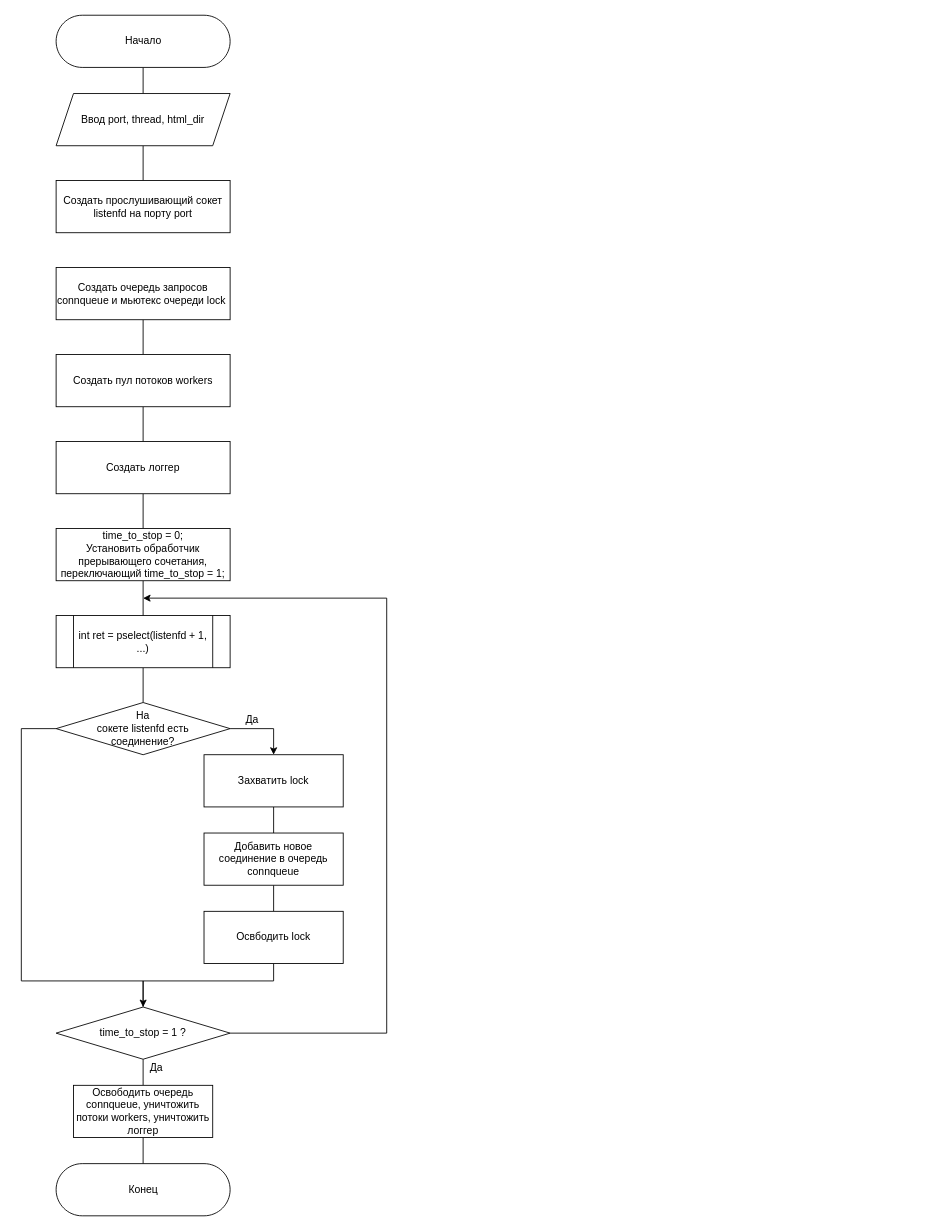
This is docs/diagrams/main.drawio from kalashkovpaul/bmstu-cn-cw, a draw.io file, before an edit. Source tidied: cells renumbered, new cells numbered last; positions are measured from the earlier drawing's top-left corner, leaving out a move shared by most shapes. Both pictures are drawn from the tidied source at 87%, with x=0, y=0 at pixel (21, 15).
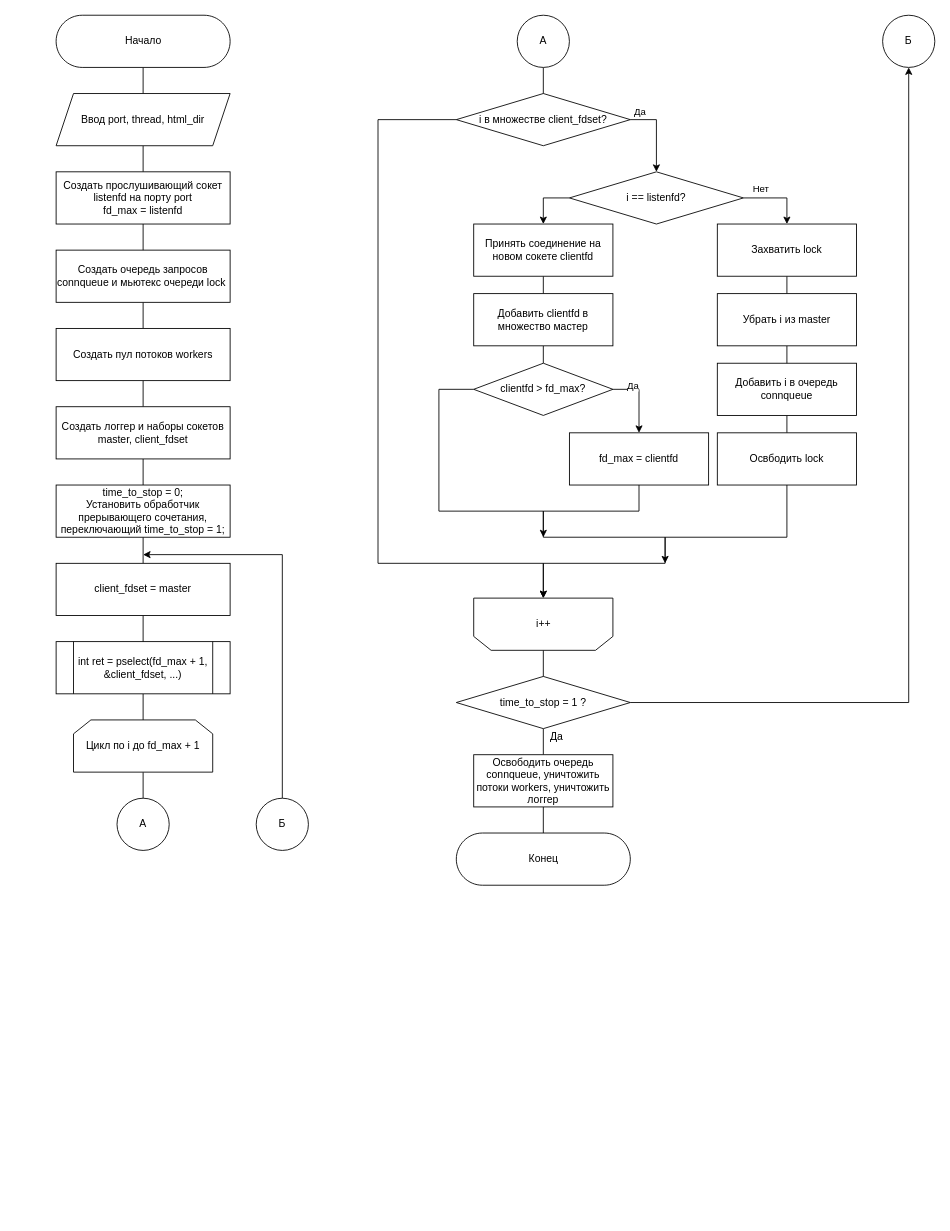
After the change.

Change to the diagram source:
```diff
@@
     <mxCell id="5" value="Создать очередь запросов connqueue и мьютекс очереди lock&amp;nbsp;" style="rounded=0;whiteSpace=wrap;html=1;rotation=0;" parent="1" vertex="1">
-      <mxGeometry x="40" y="290" width="200" height="60" as="geometry" />
+      <mxGeometry x="40" y="270" width="200" height="60" as="geometry" />
     </mxCell>
@@
     <mxCell id="9" value="Создать пул потоков workers" style="rounded=0;whiteSpace=wrap;html=1;rotation=0;" parent="1" vertex="1">
-      <mxGeometry x="40" y="390" width="200" height="60" as="geometry" />
+      <mxGeometry x="40" y="360" width="200" height="60" as="geometry" />
     </mxCell>
-    <mxCell id="10" style="edgeStyle=none;rounded=0;html=1;exitX=0.5;exitY=1;exitDx=0;exitDy=0;entryX=0.5;entryY=0;entryDx=0;entryDy=0;endArrow=none;endFill=0;" parent="1" edge="1" source="11" target="19">
-      <mxGeometry relative="1" as="geometry" />
-    </mxCell>
+    <mxCell id="34" style="edgeStyle=none;html=1;exitX=0.5;exitY=1;exitDx=0;exitDy=0;entryX=0.5;entryY=0;entryDx=0;entryDy=0;endArrow=none;endFill=0;" parent="1" edge="1" source="11" target="52">
+      <mxGeometry relative="1" as="geometry" />
+    </mxCell>
-    <mxCell id="11" value="&lt;span&gt;int ret = pselect(listenfd + 1, ...)&lt;/span&gt;" style="shape=process;whiteSpace=wrap;html=1;backgroundOutline=1;" parent="1" vertex="1">
-      <mxGeometry x="40" y="690" width="200" height="60" as="geometry" />
+    <mxCell id="11" value="&lt;span&gt;int ret = pselect(fd_max + 1, &amp;amp;client_fdset, ...)&lt;/span&gt;" style="shape=process;whiteSpace=wrap;html=1;backgroundOutline=1;" parent="1" vertex="1">
+      <mxGeometry x="40" y="720" width="200" height="60" as="geometry" />
     </mxCell>
@@
-    <mxCell id="13" value="Создать логгер" style="rounded=0;whiteSpace=wrap;html=1;rotation=0;" parent="1" vertex="1">
-      <mxGeometry x="40" y="490" width="200" height="60" as="geometry" />
+    <mxCell id="13" value="Создать логгер и наборы сокетов master, client_fdset" style="rounded=0;whiteSpace=wrap;html=1;rotation=0;" parent="1" vertex="1">
+      <mxGeometry x="40" y="450" width="200" height="60" as="geometry" />
     </mxCell>
+    <mxCell id="35" style="edgeStyle=none;html=1;endArrow=none;endFill=0;" parent="1" edge="1" source="14" target="5">
+      <mxGeometry relative="1" as="geometry" />
+    </mxCell>
-    <mxCell id="14" value="Создать прослушивающий сокет listenfd на порту port" style="rounded=0;whiteSpace=wrap;html=1;rotation=0;" parent="1" vertex="1">
-      <mxGeometry x="40" y="190" width="200" height="60" as="geometry" />
+    <mxCell id="14" value="Создать прослушивающий сокет listenfd на порту port&lt;br&gt;fd_max = listenfd" style="rounded=0;whiteSpace=wrap;html=1;rotation=0;" parent="1" vertex="1">
+      <mxGeometry x="40" y="180" width="200" height="60" as="geometry" />
     </mxCell>
-    <mxCell id="15" style="edgeStyle=none;rounded=0;html=1;exitX=0.5;exitY=1;exitDx=0;exitDy=0;entryX=0.5;entryY=0;entryDx=0;entryDy=0;endArrow=none;endFill=0;" parent="1" edge="1" source="16" target="11">
-      <mxGeometry relative="1" as="geometry" />
-    </mxCell>
+    <mxCell id="36" style="edgeStyle=none;html=1;exitX=0.5;exitY=1;exitDx=0;exitDy=0;entryX=0.5;entryY=0;entryDx=0;entryDy=0;endArrow=none;endFill=0;" parent="1" edge="1" source="16" target="54">
+      <mxGeometry relative="1" as="geometry" />
+    </mxCell>
     <mxCell id="16" value="time_to_stop = 0;&lt;br&gt;Установить обработчик прерывающего сочетания, переключающий time_to_stop = 1;" style="rounded=0;whiteSpace=wrap;html=1;rotation=0;" parent="1" vertex="1">
-      <mxGeometry x="40" y="590" width="200" height="60" as="geometry" />
+      <mxGeometry x="40" y="540" width="200" height="60" as="geometry" />
     </mxCell>
-    <mxCell id="17" style="edgeStyle=none;rounded=0;html=1;exitX=1;exitY=0.5;exitDx=0;exitDy=0;entryX=0.5;entryY=0;entryDx=0;entryDy=0;endArrow=classic;endFill=1;" parent="1" edge="1" source="19" target="21">
-      <mxGeometry relative="1" as="geometry">
+    <mxCell id="17" value="Нет" style="edgeStyle=none;rounded=0;html=1;exitX=1;exitY=0.5;exitDx=0;exitDy=0;entryX=0.5;entryY=0;entryDx=0;entryDy=0;endArrow=classic;endFill=1;" parent="1" edge="1" source="19" target="21">
+      <mxGeometry x="-0.5" y="10" relative="1" as="geometry">
         <Array as="points">
-          <mxPoint x="290" y="820" />
+          <mxPoint x="880" y="210" />
         </Array>
       </mxGeometry>
     </mxCell>
-    <mxCell id="18" style="edgeStyle=none;rounded=0;html=1;exitX=0;exitY=0.5;exitDx=0;exitDy=0;endArrow=classic;endFill=1;entryX=0.5;entryY=0;entryDx=0;entryDy=0;" parent="1" edge="1" source="19" target="28">
-      <mxGeometry relative="1" as="geometry">
-        <Array as="points">
-          <mxPoint y="820" />
-          <mxPoint y="1110" />
-          <mxPoint x="140" y="1110" />
-        </Array>
-      </mxGeometry>
-    </mxCell>
+    <mxCell id="37" style="edgeStyle=none;html=1;exitX=0;exitY=0.5;exitDx=0;exitDy=0;entryX=0.5;entryY=0;entryDx=0;entryDy=0;endArrow=classic;endFill=1;rounded=0;" parent="1" edge="1" source="19" target="42">
+      <mxGeometry relative="1" as="geometry">
+        <Array as="points">
+          <mxPoint x="600" y="210" />
+        </Array>
+      </mxGeometry>
+    </mxCell>
-    <mxCell id="19" value="На &lt;br&gt;сокете listenfd есть &lt;br&gt;соединение?" style="rhombus;whiteSpace=wrap;html=1;" parent="1" vertex="1">
-      <mxGeometry x="40" y="790" width="200" height="60" as="geometry" />
+    <mxCell id="19" value="i == listenfd?" style="rhombus;whiteSpace=wrap;html=1;" parent="1" vertex="1">
+      <mxGeometry x="630" y="180" width="200" height="60" as="geometry" />
     </mxCell>
-    <mxCell id="20" style="edgeStyle=none;rounded=0;html=1;exitX=0.5;exitY=1;exitDx=0;exitDy=0;entryX=0.5;entryY=0;entryDx=0;entryDy=0;endArrow=none;endFill=0;" parent="1" edge="1" source="21" target="23">
-      <mxGeometry relative="1" as="geometry" />
-    </mxCell>
+    <mxCell id="38" style="edgeStyle=none;rounded=0;html=1;exitX=0.5;exitY=1;exitDx=0;exitDy=0;entryX=0.5;entryY=0;entryDx=0;entryDy=0;endArrow=none;endFill=0;" parent="1" edge="1" source="21" target="66">
+      <mxGeometry relative="1" as="geometry" />
+    </mxCell>
     <mxCell id="21" value="Захватить lock" style="rounded=0;whiteSpace=wrap;html=1;" parent="1" vertex="1">
-      <mxGeometry x="210" y="850" width="160" height="60" as="geometry" />
+      <mxGeometry x="800" y="240" width="160" height="60" as="geometry" />
     </mxCell>
@@
-    <mxCell id="23" value="Добавить новое соединение в очередь connqueue" style="rounded=0;whiteSpace=wrap;html=1;" parent="1" vertex="1">
-      <mxGeometry x="210" y="940" width="160" height="60" as="geometry" />
+    <mxCell id="23" value="Добавить i в очередь connqueue" style="rounded=0;whiteSpace=wrap;html=1;" parent="1" vertex="1">
+      <mxGeometry x="800" y="400" width="160" height="60" as="geometry" />
     </mxCell>
-    <mxCell id="24" style="edgeStyle=none;rounded=0;html=1;exitX=0.5;exitY=1;exitDx=0;exitDy=0;entryX=0.5;entryY=0;entryDx=0;entryDy=0;endArrow=none;endFill=0;" parent="1" edge="1" source="25" target="28">
-      <mxGeometry relative="1" as="geometry">
-        <Array as="points">
-          <mxPoint x="290" y="1110" />
-          <mxPoint x="140" y="1110" />
-        </Array>
-      </mxGeometry>
-    </mxCell>
+    <mxCell id="39" style="edgeStyle=none;rounded=0;html=1;exitX=0.5;exitY=1;exitDx=0;exitDy=0;endArrow=classic;endFill=1;" parent="1" edge="1" source="25">
+      <mxGeometry relative="1" as="geometry">
+        <mxPoint x="740" y="630" as="targetPoint" />
+        <Array as="points">
+          <mxPoint x="880" y="600" />
+          <mxPoint x="740" y="600" />
+        </Array>
+      </mxGeometry>
+    </mxCell>
     <mxCell id="25" value="Освбодить lock" style="rounded=0;whiteSpace=wrap;html=1;" parent="1" vertex="1">
-      <mxGeometry x="210" y="1030" width="160" height="60" as="geometry" />
+      <mxGeometry x="800" y="480" width="160" height="60" as="geometry" />
     </mxCell>
@@
-    <mxCell id="27" style="edgeStyle=none;rounded=0;html=1;exitX=1;exitY=0.5;exitDx=0;exitDy=0;endArrow=classic;endFill=1;" parent="1" edge="1" source="28">
-      <mxGeometry relative="1" as="geometry">
-        <mxPoint x="140" y="670" as="targetPoint" />
-        <Array as="points">
-          <mxPoint x="420" y="1170" />
-          <mxPoint x="420" y="670" />
-        </Array>
-      </mxGeometry>
-    </mxCell>
+    <mxCell id="40" style="edgeStyle=none;rounded=0;html=1;exitX=1;exitY=0.5;exitDx=0;exitDy=0;endArrow=classic;endFill=1;entryX=0.5;entryY=1;entryDx=0;entryDy=0;" parent="1" edge="1" source="28" target="67">
+      <mxGeometry relative="1" as="geometry">
+        <Array as="points">
+          <mxPoint x="1020" y="790" />
+        </Array>
+      </mxGeometry>
+    </mxCell>
     <mxCell id="28" value="time_to_stop = 1 ?" style="rhombus;whiteSpace=wrap;html=1;" parent="1" vertex="1">
-      <mxGeometry x="40" y="1140" width="200" height="60" as="geometry" />
+      <mxGeometry x="500" y="760" width="200" height="60" as="geometry" />
     </mxCell>
@@
     <mxCell id="30" value="Освободить очередь connqueue, уничтожить потоки workers, уничтожить логгер" style="rounded=0;whiteSpace=wrap;html=1;" parent="1" vertex="1">
-      <mxGeometry x="60" y="1230" width="160" height="60" as="geometry" />
+      <mxGeometry x="520" y="850" width="160" height="60" as="geometry" />
     </mxCell>
     <mxCell id="31" value="Конец" style="html=1;dashed=0;whitespace=wrap;shape=mxgraph.dfd.start;rotation=0;" parent="1" vertex="1">
-      <mxGeometry x="40" y="1320" width="200" height="60" as="geometry" />
+      <mxGeometry x="500" y="940" width="200" height="60" as="geometry" />
     </mxCell>
-    <mxCell id="32" value="Да" style="text;html=1;align=center;verticalAlign=middle;fillColor=none;strokeColor=none;rounded=0;" parent="1" vertex="1">
-      <mxGeometry x="250" y="800" width="30" height="20" as="geometry" />
-    </mxCell>
     <mxCell id="33" value="Да" style="text;html=1;align=center;verticalAlign=middle;fillColor=none;strokeColor=none;rounded=0;" parent="1" vertex="1">
-      <mxGeometry x="140" y="1200" width="30" height="20" as="geometry" />
+      <mxGeometry x="600" y="820" width="30" height="20" as="geometry" />
     </mxCell>
+    <mxCell id="41" style="edgeStyle=none;html=1;exitX=0.5;exitY=1;exitDx=0;exitDy=0;entryX=0.5;entryY=0;entryDx=0;entryDy=0;endArrow=none;endFill=0;" parent="1" edge="1" source="42" target="44">
+      <mxGeometry relative="1" as="geometry" />
+    </mxCell>
+    <mxCell id="42" value="Принять соединение на новом сокете clientfd" style="rounded=0;whiteSpace=wrap;html=1;" parent="1" vertex="1">
+      <mxGeometry x="520" y="240" width="160" height="60" as="geometry" />
+    </mxCell>
+    <mxCell id="43" style="edgeStyle=none;html=1;exitX=0.5;exitY=1;exitDx=0;exitDy=0;entryX=0.5;entryY=0;entryDx=0;entryDy=0;endArrow=none;endFill=0;" parent="1" edge="1" source="44" target="47">
+      <mxGeometry relative="1" as="geometry" />
+    </mxCell>
+    <mxCell id="44" value="Добавить clientfd в множество мастер" style="rounded=0;whiteSpace=wrap;html=1;" parent="1" vertex="1">
+      <mxGeometry x="520" y="320" width="160" height="60" as="geometry" />
+    </mxCell>
+    <mxCell id="45" style="edgeStyle=none;rounded=0;html=1;exitX=1;exitY=0.5;exitDx=0;exitDy=0;endArrow=classic;endFill=1;" parent="1" edge="1" source="47" target="50">
+      <mxGeometry relative="1" as="geometry">
+        <Array as="points">
+          <mxPoint x="710" y="430" />
+        </Array>
+      </mxGeometry>
+    </mxCell>
+    <mxCell id="46" value="Да" style="edgeLabel;html=1;align=center;verticalAlign=middle;" parent="45" vertex="1">
+      <mxGeometry x="-0.1" y="-1" relative="1" as="geometry">
+        <mxPoint x="-7" y="-11" as="offset" />
+      </mxGeometry>
+    </mxCell>
+    <mxCell id="47" value="clientfd &amp;gt; fd_max?" style="rhombus;whiteSpace=wrap;html=1;" parent="1" vertex="1">
+      <mxGeometry x="520" y="400" width="160" height="60" as="geometry" />
+    </mxCell>
+    <mxCell id="48" style="edgeStyle=none;rounded=0;html=1;exitX=0;exitY=0.5;exitDx=0;exitDy=0;entryX=0.5;entryY=1;entryDx=0;entryDy=0;endArrow=classic;endFill=1;" parent="1" edge="1" source="47" target="60">
+      <mxGeometry relative="1" as="geometry">
+        <Array as="points">
+          <mxPoint x="480" y="430" />
+          <mxPoint x="480" y="570" />
+          <mxPoint x="600" y="570" />
+          <mxPoint x="600" y="600" />
+          <mxPoint x="740" y="600" />
+          <mxPoint x="740" y="630" />
+          <mxPoint x="600" y="630" />
+        </Array>
+      </mxGeometry>
+    </mxCell>
+    <mxCell id="49" style="edgeStyle=none;rounded=0;html=1;exitX=0.5;exitY=1;exitDx=0;exitDy=0;endArrow=classic;endFill=1;" parent="1" edge="1" source="50">
+      <mxGeometry relative="1" as="geometry">
+        <mxPoint x="600" y="600" as="targetPoint" />
+        <Array as="points">
+          <mxPoint x="710" y="570" />
+          <mxPoint x="600" y="570" />
+        </Array>
+      </mxGeometry>
+    </mxCell>
+    <mxCell id="50" value="fd_max = clientfd" style="rounded=0;whiteSpace=wrap;html=1;" parent="1" vertex="1">
+      <mxGeometry x="630" y="480" width="160" height="60" as="geometry" />
+    </mxCell>
+    <mxCell id="51" style="edgeStyle=none;html=1;exitX=0.5;exitY=1;exitDx=0;exitDy=0;entryX=0.5;entryY=0;entryDx=0;entryDy=0;endArrow=none;endFill=0;" parent="1" edge="1" source="52" target="62">
+      <mxGeometry relative="1" as="geometry" />
+    </mxCell>
+    <mxCell id="52" value="Цикл по i до fd_max + 1" style="shape=loopLimit;whiteSpace=wrap;html=1;" parent="1" vertex="1">
+      <mxGeometry x="60" y="810" width="160" height="60" as="geometry" />
+    </mxCell>
+    <mxCell id="53" style="edgeStyle=none;html=1;exitX=0.5;exitY=1;exitDx=0;exitDy=0;entryX=0.5;entryY=0;entryDx=0;entryDy=0;endArrow=none;endFill=0;" parent="1" edge="1" source="54" target="11">
+      <mxGeometry relative="1" as="geometry" />
+    </mxCell>
+    <mxCell id="54" value="client_fdset = master" style="rounded=0;whiteSpace=wrap;html=1;rotation=0;" parent="1" vertex="1">
+      <mxGeometry x="40" y="630" width="200" height="60" as="geometry" />
+    </mxCell>
+    <mxCell id="55" style="edgeStyle=none;html=1;exitX=1;exitY=0.5;exitDx=0;exitDy=0;entryX=0.5;entryY=0;entryDx=0;entryDy=0;endArrow=classic;endFill=1;rounded=0;" parent="1" edge="1" source="58" target="19">
+      <mxGeometry relative="1" as="geometry">
+        <Array as="points">
+          <mxPoint x="730" y="120" />
+        </Array>
+      </mxGeometry>
+    </mxCell>
+    <mxCell id="56" value="Да" style="edgeLabel;html=1;align=center;verticalAlign=middle;" parent="55" vertex="1">
+      <mxGeometry x="-0.57" y="-3" relative="1" as="geometry">
+        <mxPoint x="-9" y="-13" as="offset" />
+      </mxGeometry>
+    </mxCell>
+    <mxCell id="57" style="edgeStyle=none;rounded=0;html=1;exitX=0;exitY=0.5;exitDx=0;exitDy=0;endArrow=classic;endFill=1;entryX=0.5;entryY=1;entryDx=0;entryDy=0;" parent="1" edge="1" source="58" target="60">
+      <mxGeometry relative="1" as="geometry">
+        <Array as="points">
+          <mxPoint x="410" y="120" />
+          <mxPoint x="410" y="630" />
+          <mxPoint x="600" y="630" />
+        </Array>
+      </mxGeometry>
+    </mxCell>
+    <mxCell id="58" value="i в множестве client_fdset?" style="rhombus;whiteSpace=wrap;html=1;" parent="1" vertex="1">
+      <mxGeometry x="500" y="90" width="200" height="60" as="geometry" />
+    </mxCell>
+    <mxCell id="59" style="edgeStyle=none;rounded=0;html=1;exitX=0.5;exitY=0;exitDx=0;exitDy=0;entryX=0.5;entryY=0;entryDx=0;entryDy=0;endArrow=none;endFill=0;" parent="1" edge="1" source="60" target="28">
+      <mxGeometry relative="1" as="geometry" />
+    </mxCell>
+    <mxCell id="60" style="shape=loopLimit;whiteSpace=wrap;html=1;rotation=-180;" parent="1" vertex="1">
+      <mxGeometry x="520" y="670" width="160" height="60" as="geometry" />
+    </mxCell>
+    <mxCell id="61" value="i++" style="text;html=1;align=center;verticalAlign=middle;fillColor=none;strokeColor=none;rounded=0;" parent="1" vertex="1">
+      <mxGeometry x="585" y="690" width="30" height="20" as="geometry" />
+    </mxCell>
+    <mxCell id="62" value="А" style="ellipse;whiteSpace=wrap;html=1;" parent="1" vertex="1">
+      <mxGeometry x="110" y="900" width="60" height="60" as="geometry" />
+    </mxCell>
+    <mxCell id="63" style="edgeStyle=none;html=1;exitX=0.5;exitY=1;exitDx=0;exitDy=0;entryX=0.5;entryY=0;entryDx=0;entryDy=0;endArrow=none;endFill=0;" parent="1" edge="1" source="64" target="58">
+      <mxGeometry relative="1" as="geometry" />
+    </mxCell>
+    <mxCell id="64" value="А" style="ellipse;whiteSpace=wrap;html=1;" parent="1" vertex="1">
+      <mxGeometry x="570" width="60" height="60" as="geometry" />
+    </mxCell>
+    <mxCell id="65" style="edgeStyle=none;rounded=0;html=1;exitX=0.5;exitY=1;exitDx=0;exitDy=0;entryX=0.5;entryY=0;entryDx=0;entryDy=0;endArrow=none;endFill=0;" parent="1" edge="1" source="66" target="23">
+      <mxGeometry relative="1" as="geometry" />
+    </mxCell>
+    <mxCell id="66" value="Убрать i из master" style="rounded=0;whiteSpace=wrap;html=1;" parent="1" vertex="1">
+      <mxGeometry x="800" y="320" width="160" height="60" as="geometry" />
+    </mxCell>
+    <mxCell id="67" value="Б" style="ellipse;whiteSpace=wrap;html=1;" parent="1" vertex="1">
+      <mxGeometry x="990" width="60" height="60" as="geometry" />
+    </mxCell>
+    <mxCell id="68" style="edgeStyle=none;rounded=0;html=1;exitX=0.5;exitY=0;exitDx=0;exitDy=0;endArrow=classic;endFill=1;" parent="1" edge="1" source="69">
+      <mxGeometry relative="1" as="geometry">
+        <mxPoint x="140" y="620" as="targetPoint" />
+        <Array as="points">
+          <mxPoint x="300" y="620" />
+        </Array>
+      </mxGeometry>
+    </mxCell>
+    <mxCell id="69" value="Б" style="ellipse;whiteSpace=wrap;html=1;" parent="1" vertex="1">
+      <mxGeometry x="270" y="900" width="60" height="60" as="geometry" />
+    </mxCell>
```
